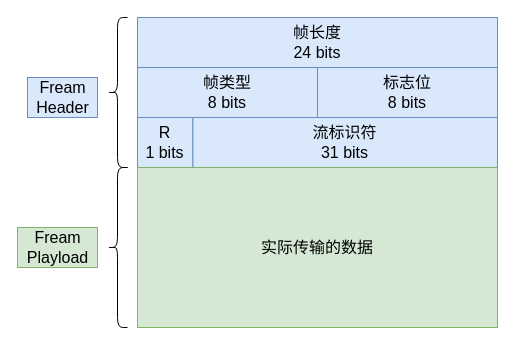
Before: 网络/http2/帧格式.drawio in xiaolincoder/ImageHost4, a draw.io diagram. Source tidied: cells renumbered, new cells numbered last; positions are measured from the earlier drawing's top-left corner, leaving out a move shared by most shapes. Both pictures are drawn from the tidied source at 100%, with x=0, y=0 at pixel (17, 17).
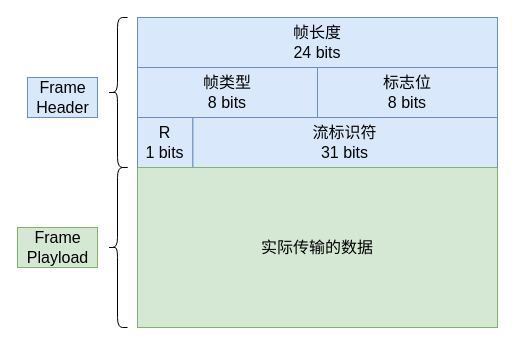
After the change.

Commit message (it also covers changes not shown here):
更新帧格式.drawio

Change to the diagram source:
```diff
@@
 <mxGraphModel>
   <root>
     <mxCell id="0" />
     <mxCell id="1" parent="0" />
     <mxCell id="2" value="帧长度&lt;br&gt;24 bits" style="rounded=0;whiteSpace=wrap;html=1;fontSize=16;fillColor=#dae8fc;strokeColor=#6c8ebf;" parent="1" vertex="1">
       <mxGeometry x="120" width="360" height="50" as="geometry" />
     </mxCell>
     <mxCell id="3" value="帧类型&lt;br&gt;8 bits" style="rounded=0;whiteSpace=wrap;html=1;fontSize=16;fillColor=#dae8fc;strokeColor=#6c8ebf;" parent="1" vertex="1">
       <mxGeometry x="120" y="50" width="180" height="50" as="geometry" />
     </mxCell>
     <mxCell id="4" value="标志位&lt;br&gt;8 bits" style="rounded=0;whiteSpace=wrap;html=1;fontSize=16;fillColor=#dae8fc;strokeColor=#6c8ebf;" parent="1" vertex="1">
       <mxGeometry x="300" y="50" width="180" height="50" as="geometry" />
     </mxCell>
     <mxCell id="5" value="R&lt;br&gt;1 bits" style="rounded=0;whiteSpace=wrap;html=1;fontSize=16;fillColor=#dae8fc;strokeColor=#6c8ebf;" parent="1" vertex="1">
       <mxGeometry x="120" y="100" width="55.4" height="50" as="geometry" />
     </mxCell>
     <mxCell id="6" value="流标识符&lt;br&gt;31 bits" style="rounded=0;whiteSpace=wrap;html=1;fontSize=16;fillColor=#dae8fc;strokeColor=#6c8ebf;" parent="1" vertex="1">
       <mxGeometry x="175.4" y="100" width="304.6" height="50" as="geometry" />
     </mxCell>
     <mxCell id="7" value="实际传输的数据" style="rounded=0;whiteSpace=wrap;html=1;fontSize=16;fillColor=#d5e8d4;strokeColor=#82b366;" parent="1" vertex="1">
       <mxGeometry x="120" y="150" width="360" height="160" as="geometry" />
     </mxCell>
-    <mxCell id="8" value="Fream &lt;br&gt;Header" style="text;html=1;align=center;verticalAlign=middle;fontSize=16;fillColor=#dae8fc;strokeColor=#6c8ebf;" parent="1" vertex="1">
+    <mxCell id="8" value="Frame&lt;br&gt;Header" style="text;html=1;align=center;verticalAlign=middle;fontSize=16;fillColor=#dae8fc;strokeColor=#6c8ebf;" parent="1" vertex="1">
       <mxGeometry x="10" y="60" width="70" height="40" as="geometry" />
     </mxCell>
-    <mxCell id="9" value="Fream &lt;br&gt;Playload" style="text;html=1;align=center;verticalAlign=middle;fontSize=16;fillColor=#d5e8d4;strokeColor=#82b366;" parent="1" vertex="1">
+    <mxCell id="9" value="Frame&lt;br&gt;Playload" style="text;html=1;align=center;verticalAlign=middle;fontSize=16;fillColor=#d5e8d4;strokeColor=#82b366;" parent="1" vertex="1">
       <mxGeometry y="210" width="80" height="40" as="geometry" />
     </mxCell>
     <mxCell id="10" style="shape=curlyBracket;whiteSpace=wrap;html=1;rounded=1;fontSize=16;" parent="1" vertex="1">
       <mxGeometry x="90" width="20" height="150" as="geometry" />
     </mxCell>
     <mxCell id="11" style="shape=curlyBracket;whiteSpace=wrap;html=1;rounded=1;fontSize=16;" parent="1" vertex="1">
       <mxGeometry x="90" y="150" width="20" height="160" as="geometry" />
     </mxCell>
   </root>
 </mxGraphModel>
```
